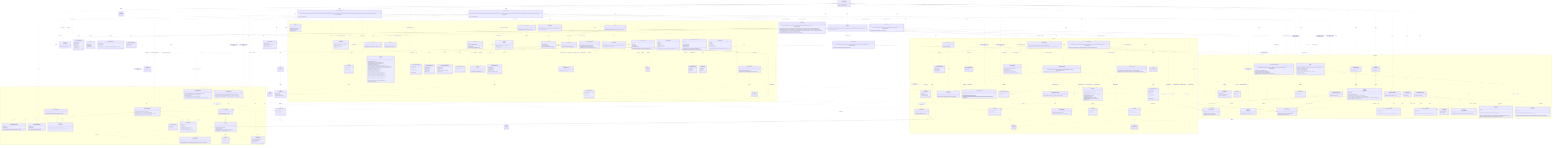
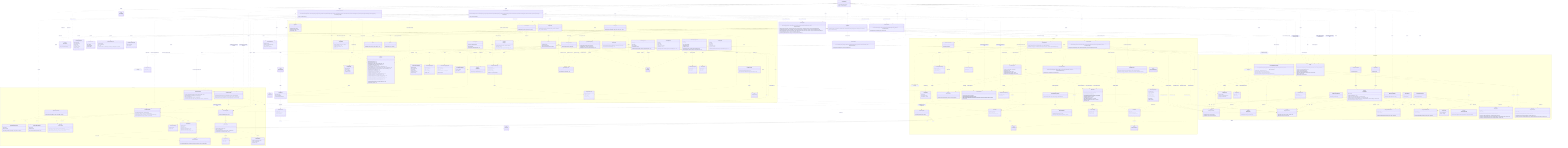
%% Authoritative, system-wide contract chart: every class and every relationship,
%% including the cross-domain interactions between modules.
%% For focused, per-domain views (intra-domain relationships only), see
%% docs/contracts/domains/ (one chart per domain + a README).
classDiagram
  direction TB

  class LicenseWizard {
    +LicenseWizard(args: string[])
    +run() Promise~Answer[]~
  }

  class IWizardMode {
    <<interface>>
    +run() Promise~Answer[]~
  }

  class InteractiveMode {
    +InteractiveMode(licenses: LicenseRepository, config: Config, manifests: ProjectManifestRepository, installer: LicenseInstaller, generator: LicenseGenerator, headers: HeaderApplier, renderer: IRenderer, reporter: IReporter, flags: WizardFlags)
    +run() Promise~Answer[]~
  }

  class NonInteractiveMode {
    +NonInteractiveMode(licenses: LicenseRepository, config: Config, manifests: ProjectManifestRepository, installer: LicenseInstaller, generator: LicenseGenerator, headers: HeaderApplier, reporter: IReporter, flags: WizardFlags, saveTargetByFlag: Record~string, string~)
    +run() Promise~Answer[]~
  }

  class VerifyMode {
    +VerifyMode(verifier: LicenseVerifier, headerVerifier: HeaderVerifier, config: Config, reporter: IReporter, strict: boolean)
    +run() Promise~Answer[]~
  }

  class WizardFlags {
    <<type>>
  }

  class HeaderApplier {
    +HeaderApplier(licenses: LicenseRepository, reader: IFileSystemReader & IPathResolver, writer: IFileSystemWriter)
    +apply(licenseId: string, style: HeaderStyle, tokens: Record~string, string~, extraIgnores: string[]) Promise~HeaderApplyReport~
    +preview(licenseId: string, style: HeaderStyle, tokens: Record~string, string~, extraIgnores: string[]) Promise~HeaderPreview | null~
    +forceApply(licenseId: string, style: HeaderStyle, tokens: Record~string, string~, file: string, options?: object) Promise~HeaderForceReport~
    +remove(extraIgnores: string[]) Promise~HeaderRemovalReport~
    +previewRemoval(extraIgnores: string[]) Promise~HeaderRemovalReport~
  }

  class HeaderApplyReport {
    +licenseId: string
    +style: HeaderStyle
    +total: number
    +written: number
    +unchanged: number
    +skipped: string[]
  }

  class HeaderPreview {
    +files: string[]
    +skipped: string[]
    +sample: string
  }

  class HeaderForceReport {
    +licenseId: string
    +style: HeaderStyle
    +file: string
    +outcome: "written" | "unchanged" | "missing" | "unsupported" | "outside"
  }

  class HeaderRemovalReport {
    +removed: string[]
    +total: number
  }

  class LicenseInstaller {
    +LicenseInstaller(config: Config, manifests: ProjectManifestRepository, generator: LicenseGenerator)
    +install(selection: LicenseSelection) Promise~void~
  }

  class LicenseVerifier {
    +LicenseVerifier(config: Config, manifests: ProjectManifestRepository, generator: LicenseGenerator, reader: IFileSystemReader)
    +verify(options: VerifyOptions) Promise~VerifyOutcome~
  }

  class LicenseSelection {
    +licenseId: string
    +tokens: Record~string, string~
    +save: ConfigSave
    +headers?: HeaderConfig
  }

  class ConfigSave {
    <<union>>
  }

  class VerifyOptions {
    +fix: boolean
  }

  class VerifyOutcome {
    <<union>>
  }

  class VerifyReport {
    +licenseId: string
    +license: DriftStatus
    +manifests: ManifestCheck[]
  }

  class ManifestCheck {
    +name: string
    +declared: string | null
    +status: DriftStatus
  }

  class DriftStatus {
    <<union>>
  }

  namespace CLI {
    class FlagParser {
      +FlagParser(flags: object)
      +parse(args: string[]) object
      +formatHelp() string
    }

    class Orchestrator {
      +Orchestrator(repository: QuestionRepository, renderer: IRenderer)
      +run() Promise~Answer[]~
    }

    class IRenderer {
      <<interface>>
      +render(question: Question) Promise~Answer~
      +onCancel() string
      +complete(summary: CompletionSummary) void
    }

    class CompletionSummary {
      +licenseId: string
      +customized: boolean
      +savedTo: string
      +manifests: string[]
      +headers?: CompletionHeaders
    }

    class CompletionHeaders {
      +style: HeaderStyle
      +written: number
      +total: number
      +skipped: string[]
    }

    class ProgressBar {
      +ProgressBar(label: string, out?: object)
      +start(total: number) void
      +update(done: number) void
      +stop() void
    }

    class ClackRenderer {
      +ClackRenderer(meta: object, spinner: Spinner)
    }

    class IReporter {
      <<interface>>
      +usage(options: string) void
+       +version(version: string) void
      +tokens(licenseId: string, slots: TemplateSlot[]) void
      +generated(licenseId: string, savedTo: string) void
      +dryRun(report: DryRunReport) void
      +missingFields(licenseId: string, missing: TemplateSlot[]) void
      +unknownFields(licenseId: string, unknown: string[], slots: TemplateSlot[]) void
      +licenseNotFound(licenseId: string, suggestions: LicenseIndexEntry[]) void
      +verifyMatch(report: VerifyReport) void
      +verifyFixed(report: VerifyReport) void
      +verifyMismatch(report: VerifyReport) void
      +headersNoFiles(licenseId: string) void
      +headersGenerated(report: HeaderGenerateReport) void
      +headersDryRun(report: HeaderDryRunReport) void
      +headersForceApplied(report: HeaderForceApplyReport) void
      +headersRemoved(report: HeaderRemoveReport) void
      +headersRemoveDryRun(report: HeaderRemoveReport) void
      +headersVerifyMatch(report: HeaderVerifyReport) void
      +headersVerifyFixed(report: HeaderVerifyReport) void
      +headersVerifyMismatch(report: HeaderVerifyReport) void
      +error(message: string) void
    }

    class HeaderGenerateReport {
      +licenseId: string
      +style: HeaderStyle
      +total: number
      +written: number
      +unchanged: number
      +skipped: string[]
    }

    class HeaderDryRunReport {
      +licenseId: string
      +style: HeaderStyle
      +files: string[]
      +skipped: string[]
      +sample: string
    }

    class HeaderForceApplyReport {
      +licenseId: string
      +style: HeaderStyle
      +file: string
      +outcome: "written" | "unchanged"
      +dryRun: boolean
    }

    class HeaderRemoveReport {
      +removed: string[]
      +total: number
    }

    class DryRunReport {
      +licenseId: string
      +content: string
      +save: ConfigSave
      +manifests: string[]
    }

    class MessageReporter {
      +MessageReporter(sink: IOutputSink)
    }

    class CliReporter {
      +CliReporter(programName: string, out?: object, err?: object)
    }

    class IOutputSink {
      <<interface>>
      +emit(message: OutputMessage) void
    }

    class StreamSink {
      +StreamSink(presenter: ReportPresenter, out?: object, err?: object)
      +emit(message: OutputMessage) void
    }

    class RecordingSink {
      +RecordingSink()
      +emit(message: OutputMessage) void
      +messages: OutputMessage[]
    }

    class ReportPresenter {
      +ReportPresenter(programName: string)
      +present(message: OutputMessage, options: object) string
    }

    class OutputMessage {
      <<union>>
    }

    class Banner {
      +buildBanner(meta: object, options: object) string
    }

    class Spinner {
      +start(handle: object) Function
    }

    class QuestionRepository {
      +QuestionRepository(questions: Question[])
      +getByIndex(index: number) Question | null
      +insertAt(index: number, questions: Question[]) void
    }

    class QuestionLifecycle {
      +inject(questions: Question[]) void
    }

    class Question {
      <<union>>
    }

    class TextQuestion {
      +id: string
      +text: string
      +type: "text"
      +defaultValue: string
      +required?: boolean
      +onAnswer(answer: Answer, lifecycle: QuestionLifecycle) void
    }

    class ConfirmQuestion {
      +id: string
      +text: string
      +type: "confirm"
      +defaultValue: boolean
      +onAnswer(answer: Answer, lifecycle: QuestionLifecycle) void
    }

    class AutocompleteQuestion {
      +id: string
      +text: string
      +type: "autocomplete"
      +defaultValue: string
      +required?: boolean
      +search(query: string) Promise~AutocompleteOption[]~
      +onAnswer(answer: Answer, lifecycle: QuestionLifecycle) void
    }

    class AutocompleteOption {
      +value: string
      +label: string
      +hint: string
    }

    class SelectQuestion {
      +id: string
      +text: string
      +type: "select"
      +options: SelectOption[]
      +defaultValue: string
      +onAnswer(answer: Answer, lifecycle: QuestionLifecycle) void
    }

    class SelectOption {
      +value: string
      +label: string
      +hint: string
    }

    class Answer {
      +questionId: string
      +value: string | boolean
      +fields: Record~string, string | boolean~
    }
  }

  namespace Licensing {
    class LicenseRepository {
      +LicenseRepository(source: ILicenseSource)
      +search(query: string) Promise~LicenseIndexEntry[]~
      +suggest(query: string, limit: number) Promise~LicenseIndexEntry[]~
      +getLicense(licenseId: string) Promise~LicenseDetail~
    }

    class LicenseRepositoryError {
      +name: string
      +cause: unknown
      +LicenseRepositoryError(message: string, cause?: unknown)
    }

    class LicenseNotFoundError {
      +name: string
      +licenseId: string
      +LicenseNotFoundError(licenseId: string)
    }

    class ILicenseSource {
      <<interface>>
      +search(query: string) Promise~LicenseIndexEntry[]~
      +suggest(query: string, limit: number) Promise~LicenseIndexEntry[]~
      +fetchLicense(licenseId: string) Promise~LicenseDetail~
    }

    class SpdxLicenseSource {
      +SpdxLicenseSource(ttlMs?: number, timeoutMs?: number)
    }

    class LicenseIndexEntry {
      +licenseId: string
      +name: string
    }

    class LicenseDetail {
      +licenseId: string
      +name: string
      +licenseText: string
      +standardLicenseTemplate?: string
      +standardLicenseHeader?: string
      +standardLicenseHeaderTemplate?: string
    }

    class SpdxTemplate {
      <<abstract>>
      +SpdxTemplate(template: string)
      +slots() TemplateSlot[]
      +resolveSlots(entries: Map~string, string~) SlotResolution
      +render(values: Record~string, string~) string
    }

    class LicenseTemplate {
      +LicenseTemplate(template: string)
    }

    class LicenseCopyright {
      +LicenseCopyright(bodyTemplate: string, headerTemplate: string)
      +fromDetail(detail: LicenseDetail)$ LicenseCopyright
      +slots() TemplateSlot[]
      +requiredSlots(fullHeader: boolean) TemplateSlot[]
      +resolveFor(entries: Map~string, string~, fullHeader: boolean) SlotResolution
    }

    class resolveSlotEntries {
      <<function>>
      +resolveSlotEntries(slots: TemplateSlot[], entries: Map~string, string~) SlotResolution
    }

    class TemplateSlot {
      +token: string
      +label: string
    }

    class SlotResolution {
      +values: Record~string, string~
      +missing: TemplateSlot[]
      +unknown: string[]
    }

    class LicenseGenerator {
      +LicenseGenerator(repository: LicenseRepository, writer: IFileSystemWriter)
      +generate(licenseId: string, slotValues?: Record~string, string~) Promise~void~
      +render(licenseId: string, slotValues?: Record~string, string~) Promise~string~
    }
  }

  namespace Configuration {
    class IFileSystemReader {
      <<interface>>
      +read(path: string) Promise~string~
      +exists(path: string) Promise~boolean~
    }

    class IPathResolver {
      <<interface>>
      +realPath(path: string) Promise~string~
    }

    class IFileSystemWriter {
      <<interface>>
      +write(path: string, content: string) Promise~void~
      +delete(path: string) Promise~void~
    }

    class NodeFileSystemReader {
      +NodeFileSystemReader()
    }

    class NodeFileSystemWriter {
      +NodeFileSystemWriter()
    }

    class FileSystemReaderError {
      +name: string
      +cause: unknown
      +FileSystemReaderError(message: string, cause?: unknown)
    }

    class FileSystemWriterError {
      +name: string
      +cause: unknown
      +FileSystemWriterError(message: string, cause?: unknown)
    }

    class WizardConfig {
      +licenseId: string
      +tokens?: Record~string, string~
      +headers?: HeaderConfig
    }

    class HeaderConfig {
      +style: HeaderStyle
      +ignore?: string[]
    }

    class parseWizardConfig {
      <<function>>
      +parseWizardConfig(value: unknown, fileName: string) WizardConfig
    }

    class ConfigTarget {
      +id: string
      +label: string
    }

    class IConfigStore {
      <<interface>>
      +id: string
      +label: string
      +available(reader: IFileSystemReader) Promise~boolean~
      +read(reader: IFileSystemReader) Promise~WizardConfig | null~
      +write(reader: IFileSystemReader, writer: IFileSystemWriter, config: WizardConfig) Promise~void~
      +clear(reader: IFileSystemReader, writer: IFileSystemWriter) Promise~void~
    }

    class RcConfigStore {
      +RcConfigStore()
    }

    class ManifestConfigStore {
      +ManifestConfigStore(fileName: string)
    }

    class Config {
      +Config(stores: IConfigStore[], reader: IFileSystemReader, writer: IFileSystemWriter)
      +read() Promise~WizardConfig | null~
      +source() Promise~string | null~
      +targets() Promise~ConfigTarget[]~
      +write(config: WizardConfig, targetId: string) Promise~void~
      +clear() Promise~void~
      +clearHeaders() Promise~void~
    }

    class IProjectManifest {
      <<interface>>
      +name: string
      +exists(reader: IFileSystemReader) Promise~boolean~
      +readLicense(reader: IFileSystemReader) Promise~string | null~
      +writeLicense(reader: IFileSystemReader, writer: IFileSystemWriter, licenseId: string) Promise~void~
    }

    class JsonManifest {
      <<abstract>>
      +JsonManifest(fileName: string)
      +name: string
      +exists(reader: IFileSystemReader) Promise~boolean~
      +readLicense(reader: IFileSystemReader) Promise~string | null~
      +writeLicense(reader: IFileSystemReader, writer: IFileSystemWriter, licenseId: string) Promise~void~
      #extractLicenseId(value: unknown)* string | null
    }

    class NpmManifest {
      +NpmManifest()
    }

    class ComposerManifest {
      +ComposerManifest()
    }

    class ProjectManifestRepository {
      +ProjectManifestRepository(manifests: IProjectManifest[], reader: IFileSystemReader, writer: IFileSystemWriter)
      +readLicense() Promise~string | null~
      +writeLicense(licenseId: string) Promise~void~
      +declaredLicenses() Promise~ManifestLicense[]~
      +writeLicenseTo(name: string, licenseId: string) Promise~void~
    }

    class ManifestLicense {
      +name: string
      +licenseId: string | null
    }
  }

  namespace Headers {
    class HeaderPlan {
      +detail: LicenseDetail
      +style: HeaderStyle
      +tokens: Record~string, string~
    }

    class HeaderStyle {
      <<union>>
    }

    class HeaderRenderer {
      +HeaderRenderer(plan: HeaderPlan)
      +supportsFull(detail: LicenseDetail)$ boolean
      +fullHeaderHasUnfilledPlaceholders(detail: LicenseDetail, tokens: Record~string, string~)$ boolean
      +body() string
    }

    class HeaderTemplate {
      +HeaderTemplate(template: string)
    }

    class HeaderComposer {
      +HeaderComposer(plan: HeaderPlan)
      +fingerprint() string
      +block(extension: string) string
      +hasManaged(content: string) boolean
      +apply(content: string, filePath: string) string
    }

    class SourceFileScanner {
      +SourceFileScanner(walker: IFileTreeWalker, reader: IFileSystemReader, matchers?: GitignoreMatcherFactory)
      +scan(options?: ScanOptions) Promise~string[]~
    }

    class ScanOptions {
      +root?: string
      +extensions?: string[]
      +extraIgnores?: string[]
    }

    class GitignoreMatcher {
      +GitignoreMatcher(patterns: string[])
      +ignores(path: string, isDirectory: boolean) boolean
    }

    class GitignoreMatcherFactory {
      +fromContent(content: string, extra?: string[]) GitignoreMatcher
    }

    class IFileTreeWalker {
      <<interface>>
      +walk(root: string, skipDirectory: Function) Promise~string[]~
    }

    class NodeFileTreeWalker {
      +NodeFileTreeWalker()
    }

    class HeaderInstaller {
      +HeaderInstaller(reader: IFileSystemReader, writer: IFileSystemWriter)
      +install(files: string[], plan: HeaderPlan, onProgress?: Function) Promise~HeaderInstallSummary~
    }

    class HeaderInstallSummary {
      +written: string[]
      +unchanged: string[]
      +skipped: string[]
    }

    class SourceFile {
      +SourceFile(content: string, path: string)
      +extensionOf(path: string)$ string
      +commentStyleFor(extension: string)$ CommentStyle
      +hasManagedHeader() boolean
      +canPlaceHeader() boolean
      +withoutManagedHeaders() SourceFile
      +withManagedHeader(block: string) SourceFile
      +toString() string
    }

    class CommentStyle {
      +blockStart: string
      +linePrefix: string
      +blockEnd: string
    }

    class HeaderRemover {
      +HeaderRemover(reader: IFileSystemReader, writer: IFileSystemWriter)
      +remove(files: string[], onProgress?: Function) Promise~HeaderRemoveSummary~
    }

    class HeaderRemoveSummary {
      +removed: string[]
      +total: number
    }

    class HeaderVerifier {
      +HeaderVerifier(scanner: SourceFileScanner, reader: IFileSystemReader, writer: IFileSystemWriter, licenses: LicenseRepository)
      +verify(config: WizardConfig, options: HeaderVerifyOptions) Promise~HeaderVerifyOutcome~
    }

    class HeaderVerifyOptions {
      +fix: boolean
    }

    class HeaderVerifyOutcome {
      <<union>>
    }

    class HeaderVerifyReport {
      +licenseId: string
      +style: HeaderStyle
      +total: number
      +matched: string[]
      +missing: string[]
      +drifted: HeaderDrift[]
      +fixed: string[]
      +skipped: string[]
    }

    class HeaderDrift {
      +file: string
      +declares: object | null
      +reason: HeaderDriftReason
    }

    class HeaderDriftReason {
      <<union>>
    }
  }

  TextQuestion ..|> Question : member of
  ConfirmQuestion ..|> Question : member of
  AutocompleteQuestion ..|> Question : member of
  SelectQuestion ..|> Question : member of
  TextQuestion ..> QuestionLifecycle : onAnswer receives
  ConfirmQuestion ..> QuestionLifecycle : onAnswer receives
  AutocompleteQuestion ..> QuestionLifecycle : onAnswer receives
  SelectQuestion ..> QuestionLifecycle : onAnswer receives
  SelectQuestion ..> SelectOption : offers
  Orchestrator ..> QuestionLifecycle : creates
  ClackRenderer ..|> IRenderer : implements
  ClackRenderer ..> Spinner : uses
  ClackRenderer ..> Banner : renders
  IRenderer ..> CompletionSummary : renders
  ClackRenderer ..> CompletionSummary : renders
  MessageReporter ..|> IReporter : implements
  CliReporter --|> MessageReporter : terminal wiring
  MessageReporter ..> IOutputSink : emits to
  MessageReporter ..> OutputMessage : builds
  StreamSink ..|> IOutputSink : implements
  RecordingSink ..|> IOutputSink : implements
  StreamSink ..> ReportPresenter : renders with
  ReportPresenter ..> OutputMessage : renders
  CliReporter ..> StreamSink : wires
  CliReporter ..> ReportPresenter : wires
  MessageReporter ..> TemplateSlot : reads
  MessageReporter ..> VerifyReport : reads
  MessageReporter ..> DryRunReport : reads
  %% Composition root: LicenseWizard parses flags, builds the shared graph, and
  %% delegates each run to one of the three modes through IWizardMode.
  LicenseWizard ..> FlagParser : uses
  LicenseWizard ..> WizardFlags : parses
  LicenseWizard ..> CliReporter : creates
  LicenseWizard ..> IReporter : reports usage through
  LicenseWizard ..> ClackRenderer : creates
  LicenseWizard ..> SpdxLicenseSource : creates
  LicenseWizard ..> LicenseRepository : creates
  LicenseWizard ..> LicenseGenerator : creates
  LicenseWizard ..> LicenseInstaller : creates
  LicenseWizard ..> HeaderApplier : creates
  LicenseWizard ..> LicenseVerifier : creates
  LicenseWizard ..> IWizardMode : delegates the run to
  LicenseWizard ..> InteractiveMode : creates
  LicenseWizard ..> NonInteractiveMode : creates
  LicenseWizard ..> VerifyMode : creates
  InteractiveMode ..|> IWizardMode : implements
  NonInteractiveMode ..|> IWizardMode : implements
  VerifyMode ..|> IWizardMode : implements

  %% Interactive mode: the prompt-driven setup flow.
  InteractiveMode ..> ClackRenderer : renders through
  InteractiveMode ..> IRenderer : reports completion through
  InteractiveMode ..> Orchestrator : creates
  InteractiveMode ..> QuestionRepository : creates
  InteractiveMode ..> LicenseRepository : searches and resolves with
  InteractiveMode ..> LicenseTemplate : creates
  InteractiveMode ..> HeaderRenderer : checks full-header support with
  InteractiveMode ..> LicenseInstaller : applies selection through
  InteractiveMode ..> HeaderApplier : applies headers through
  InteractiveMode ..> LicenseGenerator : renders dry-run preview through
  InteractiveMode ..> Config : reads config and targets from
  InteractiveMode ..> ProjectManifestRepository : reads and reports manifests through
  InteractiveMode ..> IReporter : reports dry-run through
  InteractiveMode ..> LicenseSelection : builds
  InteractiveMode ..> DryRunReport : builds

  %% Non-interactive mode: flag-driven generation, apply-config, and removal.
  NonInteractiveMode ..> LicenseRepository : resolves and suggests with
  NonInteractiveMode ..> LicenseTemplate : creates
  NonInteractiveMode ..> HeaderRenderer : checks full-header support with
  NonInteractiveMode ..> LicenseInstaller : applies selection through
  NonInteractiveMode ..> HeaderApplier : applies headers through
  NonInteractiveMode ..> LicenseGenerator : renders dry-run preview through
  NonInteractiveMode ..> Config : reads config and clears headers through
  NonInteractiveMode ..> ProjectManifestRepository : reports manifests through
  NonInteractiveMode ..> IReporter : reports through
  NonInteractiveMode ..> LicenseSelection : builds
  NonInteractiveMode ..> DryRunReport : builds
  NonInteractiveMode ..> LicenseNotFoundError : handles

  %% Verify mode: LICENSE/manifest and source-header verification.
  VerifyMode ..> LicenseVerifier : verifies through
  VerifyMode ..> HeaderVerifier : verifies headers through
  VerifyMode ..> Config : reads config from
  VerifyMode ..> IReporter : reports through

  LicenseInstaller ..> Config : uses
  LicenseInstaller ..> ProjectManifestRepository : writes selection to
  LicenseInstaller ..> LicenseGenerator : uses
  LicenseInstaller ..> LicenseSelection : applies
  LicenseVerifier ..> Config : reads config from
  LicenseVerifier ..> ProjectManifestRepository : checks and reconciles manifests through
  LicenseVerifier ..> LicenseGenerator : re-renders and rewrites with
  LicenseVerifier ..> IFileSystemReader : reads LICENSE through
  LicenseVerifier ..> VerifyOptions : configured by
  LicenseVerifier ..> VerifyOutcome : returns
  VerifyOutcome ..> VerifyReport : carries
  VerifyReport ..> ManifestCheck : aggregates
  VerifyReport ..> DriftStatus : statuses by
  ManifestCheck ..> DriftStatus : status by
  ProjectManifestRepository ..> ManifestLicense : produces
  LicenseSelection ..> ConfigSave : has
  DryRunReport ..> ConfigSave : carries
  Orchestrator ..> QuestionRepository : gets questions from
  Orchestrator ..> IRenderer : feeds questions to
  ClackRenderer ..> Question : renders
  QuestionRepository ..> Question : produces
  AutocompleteQuestion ..> AutocompleteOption : search produces
  Orchestrator ..> Answer : collects
  SpdxLicenseSource ..|> ILicenseSource : implements
  LicenseRepository ..> ILicenseSource : uses
  LicenseRepository ..> LicenseIndexEntry : produces
  LicenseRepository ..> LicenseDetail : produces
  LicenseRepository ..> LicenseRepositoryError : throws
  LicenseRepository ..> LicenseNotFoundError : throws
  SpdxLicenseSource ..> LicenseNotFoundError : throws
  MessageReporter ..> LicenseIndexEntry : reads
  LicenseGenerator ..> LicenseRepository : uses
  LicenseGenerator ..> IFileSystemWriter : uses
  LicenseGenerator ..> LicenseTemplate : uses
  LicenseTemplate --|> SpdxTemplate : extends
  LicenseCopyright ..> LicenseTemplate : parses body and header with
  LicenseCopyright ..> resolveSlotEntries : resolves with
  SpdxTemplate ..> resolveSlotEntries : resolves with
  HeaderTemplate --|> SpdxTemplate : extends
  SpdxTemplate ..> TemplateSlot : produces
  SpdxTemplate ..> SlotResolution : produces
  NodeFileSystemReader ..|> IFileSystemReader : implements
  NodeFileSystemReader ..|> IPathResolver : implements
  NodeFileSystemWriter ..|> IFileSystemWriter : implements
  NodeFileSystemReader ..> FileSystemReaderError : throws
  NodeFileSystemWriter ..> FileSystemWriterError : throws
  Config ..> IConfigStore : coordinates
  Config ..> IFileSystemReader : uses
  Config ..> IFileSystemWriter : uses
  Config ..> WizardConfig : produces
  Config ..> ConfigTarget : produces
  Config ..> FileSystemWriterError : throws
  RcConfigStore ..|> IConfigStore : implements
  ManifestConfigStore ..|> IConfigStore : implements
  RcConfigStore ..> IFileSystemReader : uses
  RcConfigStore ..> IFileSystemWriter : uses
  RcConfigStore ..> FileSystemReaderError : throws
  RcConfigStore ..> FileSystemWriterError : throws
  ManifestConfigStore ..> IFileSystemReader : uses
  ManifestConfigStore ..> IFileSystemWriter : uses
  ManifestConfigStore ..> FileSystemReaderError : throws
  ManifestConfigStore ..> FileSystemWriterError : throws
  JsonManifest ..|> IProjectManifest : implements
  NpmManifest --|> JsonManifest : extends
  ComposerManifest --|> JsonManifest : extends
  JsonManifest ..> IFileSystemReader : uses
  JsonManifest ..> IFileSystemWriter : uses
  JsonManifest ..> FileSystemReaderError : throws
  JsonManifest ..> FileSystemWriterError : throws
  ProjectManifestRepository ..> IProjectManifest : coordinates
  ProjectManifestRepository ..> IFileSystemReader : uses
  ProjectManifestRepository ..> IFileSystemWriter : uses
  LicenseWizard ..> NodeFileSystemReader : creates
  LicenseWizard ..> NodeFileSystemWriter : creates
  LicenseWizard ..> Config : creates
  LicenseWizard ..> RcConfigStore : creates
  LicenseWizard ..> ManifestConfigStore : creates
  LicenseWizard ..> NpmManifest : creates
  LicenseWizard ..> ComposerManifest : creates
  LicenseWizard ..> ProjectManifestRepository : creates
  LicenseWizard ..> HeaderVerifier : creates
  LicenseWizard ..> SourceFileScanner : creates
  LicenseWizard ..> NodeFileTreeWalker : creates
  %% HeaderApplier owns the source-file header surface for both write modes.
  HeaderApplier ..> SourceFileScanner : creates
  HeaderApplier ..> NodeFileTreeWalker : creates
  HeaderApplier ..> HeaderInstaller : creates
  HeaderApplier ..> HeaderInstaller : writes headers through
  HeaderApplier ..> HeaderRemover : creates
  HeaderApplier ..> HeaderRemover : removes headers through
  HeaderApplier ..> SourceFile : previews removal with
  HeaderApplier ..> HeaderComposer : previews header block with
  HeaderApplier ..> ProgressBar : drives header progress with
  HeaderApplier ..> HeaderPlan : builds
  HeaderApplier ..> LicenseRepository : fetches header detail through
  HeaderApplier ..> HeaderApplyReport : produces
  HeaderApplier ..> HeaderPreview : produces
  HeaderApplier ..> HeaderForceReport : produces
  HeaderApplier ..> IPathResolver : confines forced writes through
  HeaderApplier ..> HeaderRemovalReport : produces
  MessageReporter ..> HeaderGenerateReport : reads
  MessageReporter ..> HeaderDryRunReport : reads
  MessageReporter ..> HeaderForceApplyReport : reads
  MessageReporter ..> HeaderRemoveReport : reads
  MessageReporter ..> HeaderVerifyReport : reads
  MessageReporter ..> HeaderDrift : reduces drift from
  HeaderConfig ..> HeaderStyle : style by
  HeaderPlan ..> LicenseDetail : carries
  HeaderPlan ..> HeaderStyle : styled by
  HeaderRenderer ..> HeaderPlan : renders
  HeaderRenderer ..> HeaderTemplate : substitutes header template with
  HeaderComposer ..> HeaderPlan : composes
  HeaderComposer ..> HeaderRenderer : renders body with
  HeaderInstaller ..> HeaderComposer : applies header with
  HeaderInstaller ..> HeaderPlan : applies
  HeaderInstaller ..> IFileSystemReader : reads files through
  HeaderInstaller ..> IFileSystemWriter : writes files through
  HeaderInstaller ..> HeaderInstallSummary : produces
  HeaderRemover ..> SourceFile : strips header through
  HeaderRemover ..> IFileSystemReader : reads files through
  HeaderRemover ..> IFileSystemWriter : writes files through
  HeaderRemover ..> HeaderRemoveSummary : produces
  HeaderComposer ..> SourceFile : places header through
  SourceFile ..> CommentStyle : wraps with
  SourceFileScanner ..> SourceFile : derives extension with
  HeaderVerifier ..> SourceFileScanner : rediscovers files through
  HeaderVerifier ..> HeaderComposer : compares against
  HeaderVerifier ..> LicenseRepository : fetches header detail through
  HeaderVerifier ..> IFileSystemReader : reads files through
  HeaderVerifier ..> IFileSystemWriter : rewrites files through
  HeaderVerifier ..> WizardConfig : verifies against
  HeaderVerifier ..> HeaderVerifyOptions : configured by
  HeaderVerifier ..> HeaderVerifyOutcome : returns
  HeaderVerifyOutcome ..> HeaderVerifyReport : carries
  HeaderVerifyReport ..> HeaderDrift : details drift by
  HeaderDrift ..> HeaderDriftReason : explained by
  HeaderVerifier ..> HeaderDrift : classifies drift into
  SourceFileScanner ..> IFileTreeWalker : walks with
  SourceFileScanner ..> IFileSystemReader : reads .gitignore through
  SourceFileScanner ..> GitignoreMatcherFactory : builds matchers with
  SourceFileScanner ..> GitignoreMatcher : filters with
  SourceFileScanner ..> ScanOptions : configured by
  GitignoreMatcherFactory ..> GitignoreMatcher : creates
  NodeFileTreeWalker ..|> IFileTreeWalker : implements
  ClackRenderer ..> CompletionHeaders : renders
  CompletionSummary ..> CompletionHeaders : carries
